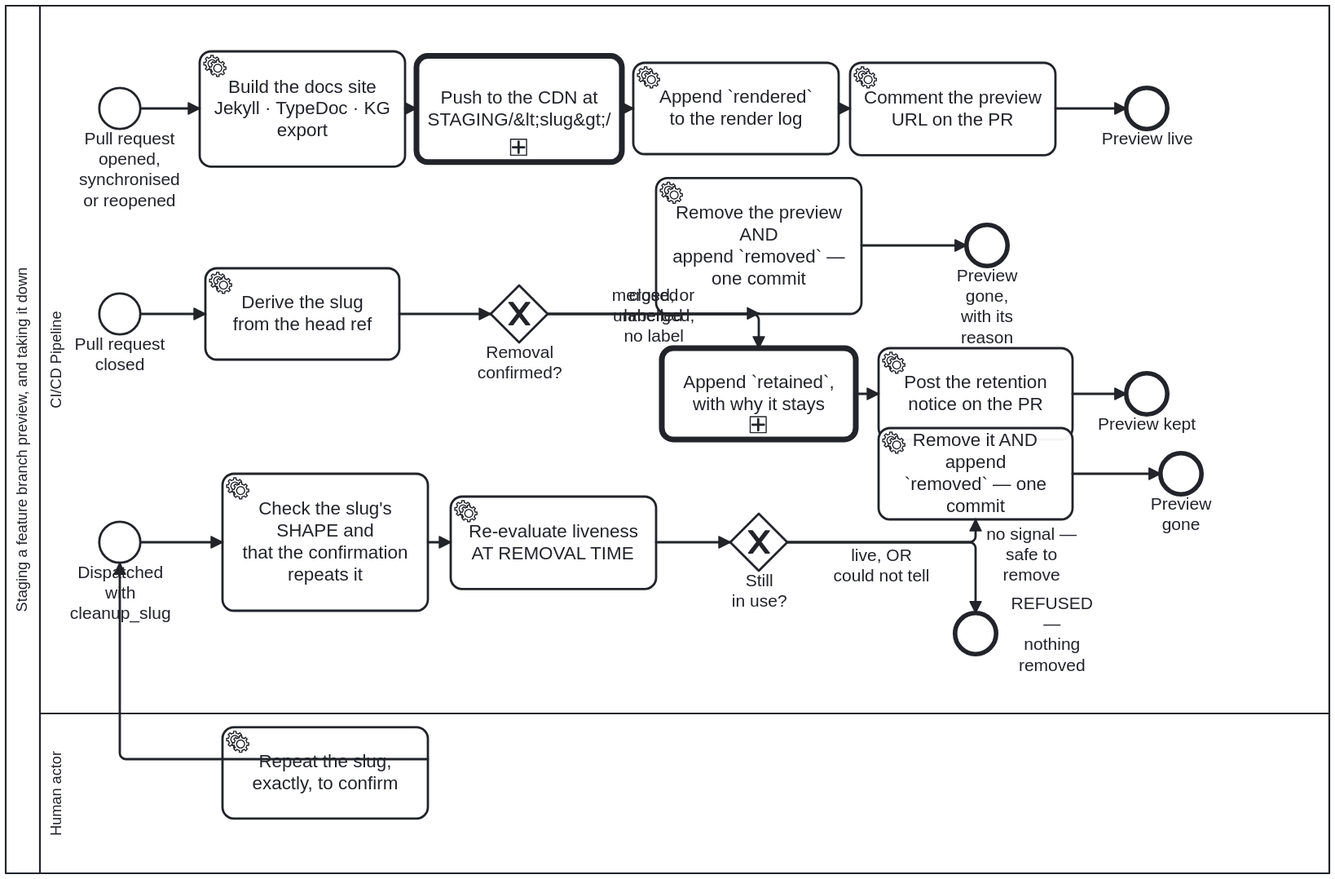
Earlier version of the BPMN export docs/assets/img/workflows/feature-staging.svg (litlfred/cat-harness). Its source is kept beside it as processes/sdlc/feature-staging.bpmn. Ids are renumbered.
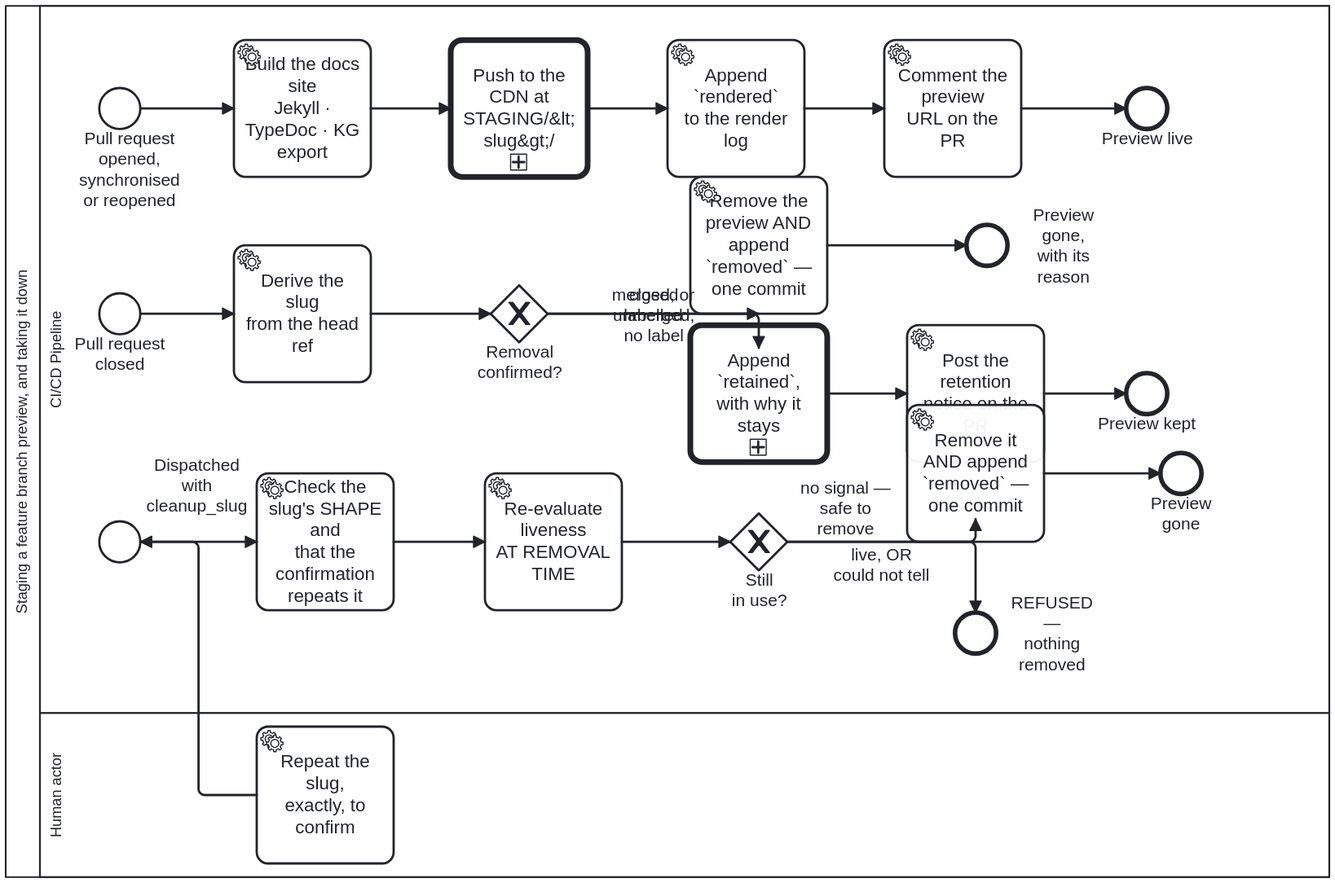
After the commit.

The edit, as a diff of the source:
```diff
@@ -210,29 +210,29 @@
   <bpmndi:BPMNDiagram id="Diagram_Process_FeatureStaging">
     <bpmndi:BPMNPlane id="Plane_Process_FeatureStaging" bpmnElement="Collaboration_Process_FeatureStaging">
       <bpmndi:BPMNShape id="Shape_Participant_Process_FeatureStaging" bpmnElement="Participant_Process_FeatureStaging" isHorizontal="true">
-        <dc:Bounds x="60" y="60" width="1160" height="760" />
+        <dc:Bounds x="60" y="60" width="1160" height="764" />
       </bpmndi:BPMNShape>
       <bpmndi:BPMNShape id="Shape_Lane_Ci" bpmnElement="Lane_Ci" isHorizontal="true">
         <dc:Bounds x="90" y="60" width="1130" height="620" />
       </bpmndi:BPMNShape>
       <bpmndi:BPMNShape id="Shape_Lane_Human" bpmnElement="Lane_Human" isHorizontal="true">
-        <dc:Bounds x="90" y="680" width="1130" height="140" />
+        <dc:Bounds x="90" y="680" width="1130" height="144" />
       </bpmndi:BPMNShape>
       <bpmndi:BPMNShape id="Shape_Start_PR" bpmnElement="Start_PR">
         <dc:Bounds x="142" y="132" width="36" height="36" />
-        <bpmndi:BPMNLabel><dc:Bounds x="123.5" y="167.5" width="90" height="72" /></bpmndi:BPMNLabel>
-      </bpmndi:BPMNShape>
+
+      <bpmndi:BPMNLabel><dc:Bounds x="123.5" y="167.5" width="90" height="72" /></bpmndi:BPMNLabel></bpmndi:BPMNShape>
       <bpmndi:BPMNShape id="Shape_Task_Build" bpmnElement="Task_Build">
-        <dc:Bounds x="230" y="99.5" width="180" height="101" />
+        <dc:Bounds x="260" y="90" width="120" height="120" />
       </bpmndi:BPMNShape>
       <bpmndi:BPMNShape id="Shape_Task_Deploy" bpmnElement="Task_Deploy">
-        <dc:Bounds x="420" y="103.5" width="180" height="93" />
+        <dc:Bounds x="450" y="90" width="120" height="120" />
       </bpmndi:BPMNShape>
       <bpmndi:BPMNShape id="Shape_Task_LogRendered" bpmnElement="Task_LogRendered">
-        <dc:Bounds x="610" y="110" width="180" height="80" />
+        <dc:Bounds x="640" y="90" width="120" height="120" />
       </bpmndi:BPMNShape>
       <bpmndi:BPMNShape id="Shape_Task_Comment" bpmnElement="Task_Comment">
-        <dc:Bounds x="800" y="109.5" width="180" height="81" />
+        <dc:Bounds x="830" y="90" width="120" height="120" />
       </bpmndi:BPMNShape>
       <bpmndi:BPMNShape id="Shape_End_Staged" bpmnElement="End_Staged">
         <dc:Bounds x="1042" y="132" width="36" height="36" />
@@ -241,40 +241,42 @@
         <dc:Bounds x="142" y="312" width="36" height="36" />
       </bpmndi:BPMNShape>
       <bpmndi:BPMNShape id="Shape_Task_Slug" bpmnElement="Task_Slug">
-        <dc:Bounds x="235" y="290" width="170" height="80" />
+        <dc:Bounds x="260" y="270" width="120" height="120" />
       </bpmndi:BPMNShape>
       <bpmndi:BPMNShape id="Shape_GW_Confirmed" bpmnElement="GW_Confirmed" isMarkerVisible="true">
         <dc:Bounds x="485" y="305" width="50" height="50" />
       </bpmndi:BPMNShape>
       <bpmndi:BPMNShape id="Shape_Task_Remove" bpmnElement="Task_Remove">
-        <dc:Bounds x="630" y="210.5" width="180" height="119" />
+        <dc:Bounds x="660" y="210" width="120" height="120" />
       </bpmndi:BPMNShape>
       <bpmndi:BPMNShape id="Shape_End_Removed" bpmnElement="End_Removed">
         <dc:Bounds x="902" y="252" width="36" height="36" />
+        <bpmndi:BPMNLabel><dc:Bounds x="942" y="234.5" width="90" height="71" /></bpmndi:BPMNLabel>
       </bpmndi:BPMNShape>
       <bpmndi:BPMNShape id="Shape_Task_LogRetained" bpmnElement="Task_LogRetained">
-        <dc:Bounds x="635" y="360" width="170" height="80" />
+        <dc:Bounds x="660" y="340" width="120" height="120" />
       </bpmndi:BPMNShape>
       <bpmndi:BPMNShape id="Shape_Task_Notice" bpmnElement="Task_Notice">
-        <dc:Bounds x="825" y="360" width="170" height="80" />
+        <dc:Bounds x="850" y="340" width="120" height="120" />
       </bpmndi:BPMNShape>
       <bpmndi:BPMNShape id="Shape_End_Retained" bpmnElement="End_Retained">
         <dc:Bounds x="1042" y="382" width="36" height="36" />
       </bpmndi:BPMNShape>
       <bpmndi:BPMNShape id="Shape_Start_Dispatch" bpmnElement="Start_Dispatch">
         <dc:Bounds x="142" y="512" width="36" height="36" />
+        <bpmndi:BPMNLabel><dc:Bounds x="182" y="454" width="90" height="54" /></bpmndi:BPMNLabel>
       </bpmndi:BPMNShape>
       <bpmndi:BPMNShape id="Shape_Task_Validate" bpmnElement="Task_Validate">
-        <dc:Bounds x="250" y="470" width="180" height="120" />
+        <dc:Bounds x="280" y="470" width="120" height="120" />
       </bpmndi:BPMNShape>
       <bpmndi:BPMNShape id="Shape_Task_Preflight" bpmnElement="Task_Preflight">
-        <dc:Bounds x="450" y="489.5" width="180" height="81" />
+        <dc:Bounds x="480" y="470" width="120" height="120" />
       </bpmndi:BPMNShape>
       <bpmndi:BPMNShape id="Shape_GW_Live" bpmnElement="GW_Live" isMarkerVisible="true">
         <dc:Bounds x="695" y="505" width="50" height="50" />
       </bpmndi:BPMNShape>
       <bpmndi:BPMNShape id="Shape_Task_RemoveDisp" bpmnElement="Task_RemoveDisp">
-        <dc:Bounds x="825" y="430" width="170" height="80" />
+        <dc:Bounds x="850" y="410" width="120" height="120" />
       </bpmndi:BPMNShape>
       <bpmndi:BPMNShape id="Shape_End_RemovedDisp" bpmnElement="End_RemovedDisp">
         <dc:Bounds x="1072" y="452" width="36" height="36" />
@@ -284,43 +286,43 @@
 
       <bpmndi:BPMNLabel><dc:Bounds x="932" y="574.5" width="90" height="71" /></bpmndi:BPMNLabel></bpmndi:BPMNShape>
       <bpmndi:BPMNShape id="Shape_H_Confirm" bpmnElement="H_Confirm">
-        <dc:Bounds x="250" y="692" width="180" height="80" />
+        <dc:Bounds x="280" y="692" width="120" height="120" />
       </bpmndi:BPMNShape>
       <bpmndi:BPMNEdge id="Edge_Flow_0" bpmnElement="Flow_0">
         <di:waypoint x="178" y="150" />
-        <di:waypoint x="230" y="150" />
+        <di:waypoint x="260" y="150" />
       </bpmndi:BPMNEdge>
       <bpmndi:BPMNEdge id="Edge_Flow_1" bpmnElement="Flow_1">
-        <di:waypoint x="410" y="150" />
-        <di:waypoint x="420" y="150" />
+        <di:waypoint x="380" y="150" />
+        <di:waypoint x="450" y="150" />
       </bpmndi:BPMNEdge>
       <bpmndi:BPMNEdge id="Edge_Flow_2" bpmnElement="Flow_2">
-        <di:waypoint x="600" y="150" />
-        <di:waypoint x="610" y="150" />
+        <di:waypoint x="570" y="150" />
+        <di:waypoint x="640" y="150" />
       </bpmndi:BPMNEdge>
       <bpmndi:BPMNEdge id="Edge_Flow_3" bpmnElement="Flow_3">
-        <di:waypoint x="790" y="150" />
-        <di:waypoint x="800" y="150" />
+        <di:waypoint x="760" y="150" />
+        <di:waypoint x="830" y="150" />
       </bpmndi:BPMNEdge>
       <bpmndi:BPMNEdge id="Edge_Flow_4" bpmnElement="Flow_4">
-        <di:waypoint x="980" y="150" />
+        <di:waypoint x="950" y="150" />
         <di:waypoint x="1042" y="150" />
       </bpmndi:BPMNEdge>
       <bpmndi:BPMNEdge id="Edge_Flow_5" bpmnElement="Flow_5">
-        <di:waypoint x="178" y="330"/>
-        <di:waypoint x="235" y="330"/>
+        <di:waypoint x="178" y="330" />
+        <di:waypoint x="260" y="330" />
       </bpmndi:BPMNEdge>
       <bpmndi:BPMNEdge id="Edge_Flow_6" bpmnElement="Flow_6">
-        <di:waypoint x="405" y="330" />
+        <di:waypoint x="380" y="330" />
         <di:waypoint x="485" y="330" />
       </bpmndi:BPMNEdge>
       <bpmndi:BPMNEdge id="Edge_Flow_7" bpmnElement="Flow_7">
         <di:waypoint x="535" y="330" />
         <di:waypoint x="720" y="330" />
-        <di:waypoint x="720" y="329.5" />
+        <di:waypoint x="720" y="330" />
       </bpmndi:BPMNEdge>
       <bpmndi:BPMNEdge id="Edge_Flow_8" bpmnElement="Flow_8">
-        <di:waypoint x="810" y="270" />
+        <di:waypoint x="780" y="270" />
         <di:waypoint x="902" y="270" />
       </bpmndi:BPMNEdge>
       <bpmndi:BPMNEdge id="Edge_Flow_9" bpmnElement="Flow_9">
@@ -329,33 +331,33 @@
         <di:waypoint x="720" y="360" />
       </bpmndi:BPMNEdge>
       <bpmndi:BPMNEdge id="Edge_Flow_10" bpmnElement="Flow_10">
-        <di:waypoint x="805" y="400" />
-        <di:waypoint x="825" y="400" />
+        <di:waypoint x="780" y="400" />
+        <di:waypoint x="850" y="400" />
       </bpmndi:BPMNEdge>
       <bpmndi:BPMNEdge id="Edge_Flow_11" bpmnElement="Flow_11">
-        <di:waypoint x="995" y="400" />
+        <di:waypoint x="970" y="400" />
         <di:waypoint x="1042" y="400" />
       </bpmndi:BPMNEdge>
       <bpmndi:BPMNEdge id="Edge_Flow_12" bpmnElement="Flow_12">
         <di:waypoint x="178" y="530" />
-        <di:waypoint x="250" y="530" />
+        <di:waypoint x="280" y="530" />
       </bpmndi:BPMNEdge>
       <bpmndi:BPMNEdge id="Edge_Flow_13" bpmnElement="Flow_13">
-        <di:waypoint x="430" y="530" />
-        <di:waypoint x="450" y="530" />
+        <di:waypoint x="400" y="530" />
+        <di:waypoint x="480" y="530" />
       </bpmndi:BPMNEdge>
       <bpmndi:BPMNEdge id="Edge_Flow_14" bpmnElement="Flow_14">
-        <di:waypoint x="630" y="530" />
+        <di:waypoint x="600" y="530" />
         <di:waypoint x="695" y="530" />
       </bpmndi:BPMNEdge>
       <bpmndi:BPMNEdge id="Edge_Flow_15" bpmnElement="Flow_15">
         <di:waypoint x="745" y="530" />
         <di:waypoint x="910" y="530" />
         <di:waypoint x="910" y="510" />
-        <bpmndi:BPMNLabel><dc:Bounds x="914" y="514" width="90" height="53" /></bpmndi:BPMNLabel>
+        <bpmndi:BPMNLabel><dc:Bounds x="751" y="474" width="90" height="53" /></bpmndi:BPMNLabel>
       </bpmndi:BPMNEdge>
       <bpmndi:BPMNEdge id="Edge_Flow_16" bpmnElement="Flow_16">
-        <di:waypoint x="995" y="470" />
+        <di:waypoint x="970" y="470" />
         <di:waypoint x="1072" y="470" />
       </bpmndi:BPMNEdge>
       <bpmndi:BPMNEdge id="Edge_Flow_17" bpmnElement="Flow_17">
@@ -365,9 +367,10 @@
         <bpmndi:BPMNLabel><dc:Bounds x="782.5" y="533" width="90" height="35" /></bpmndi:BPMNLabel>
       </bpmndi:BPMNEdge>
       <bpmndi:BPMNEdge id="Edge_Flow_18" bpmnElement="Flow_18">
-        <di:waypoint x="430" y="720" />
-        <di:waypoint x="160" y="720" />
-        <di:waypoint x="160" y="548" />
+        <di:waypoint x="280" y="752" />
+        <di:waypoint x="229" y="752" />
+        <di:waypoint x="229" y="530" />
+        <di:waypoint x="178" y="530" />
       </bpmndi:BPMNEdge>
     </bpmndi:BPMNPlane>
   </bpmndi:BPMNDiagram>
```
